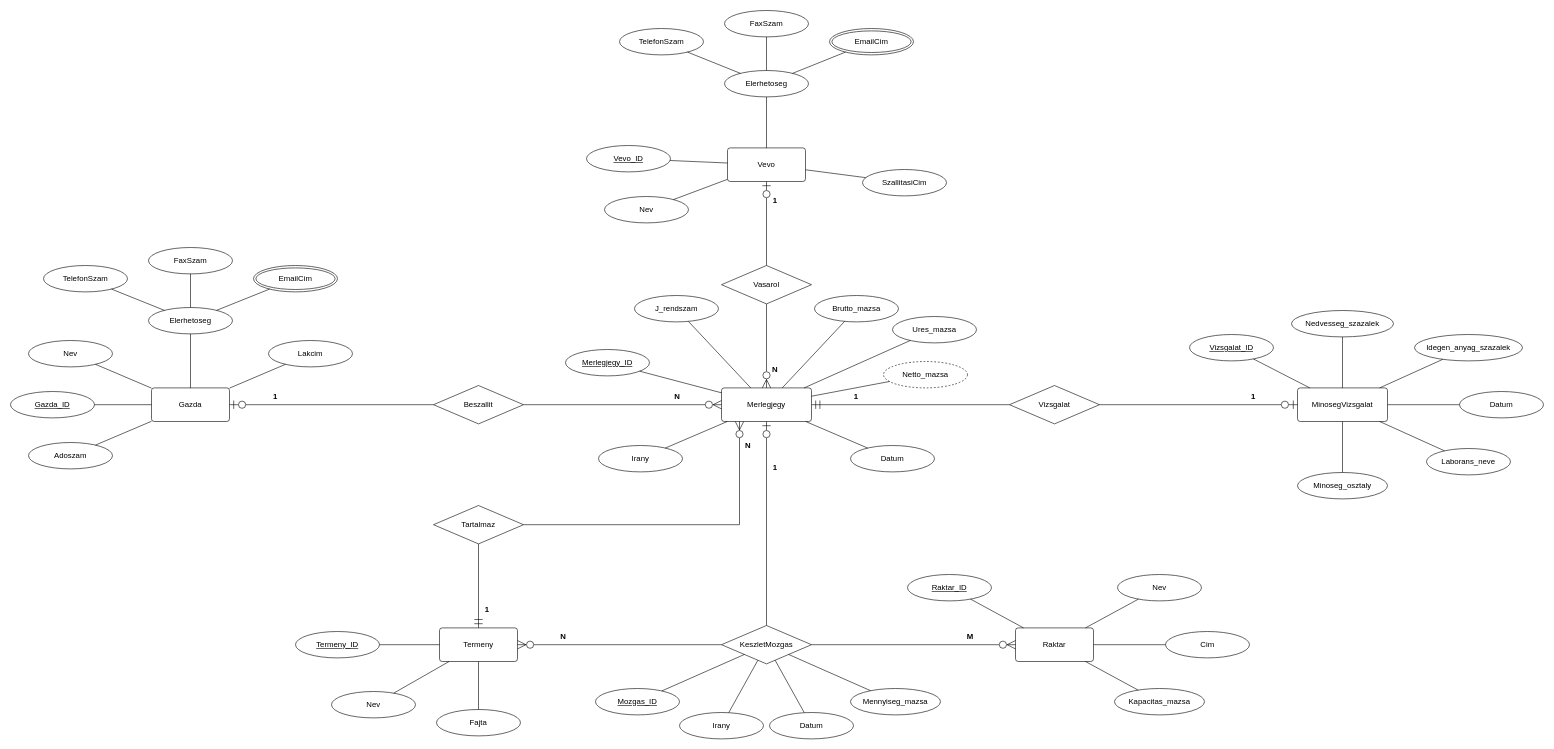
Above: ILQ2OX_XMLTask/ILQ2OX_ER.drawio in DCsabezY/ILQ2OXWebXML (draw.io), before the change. Source tidied: cells renumbered, new cells numbered last; positions are measured from the earlier drawing's top-left corner, leaving out a move shared by most shapes. Both pictures are drawn from the tidied source at 60%, with x=0, y=0 at pixel (10, 10).
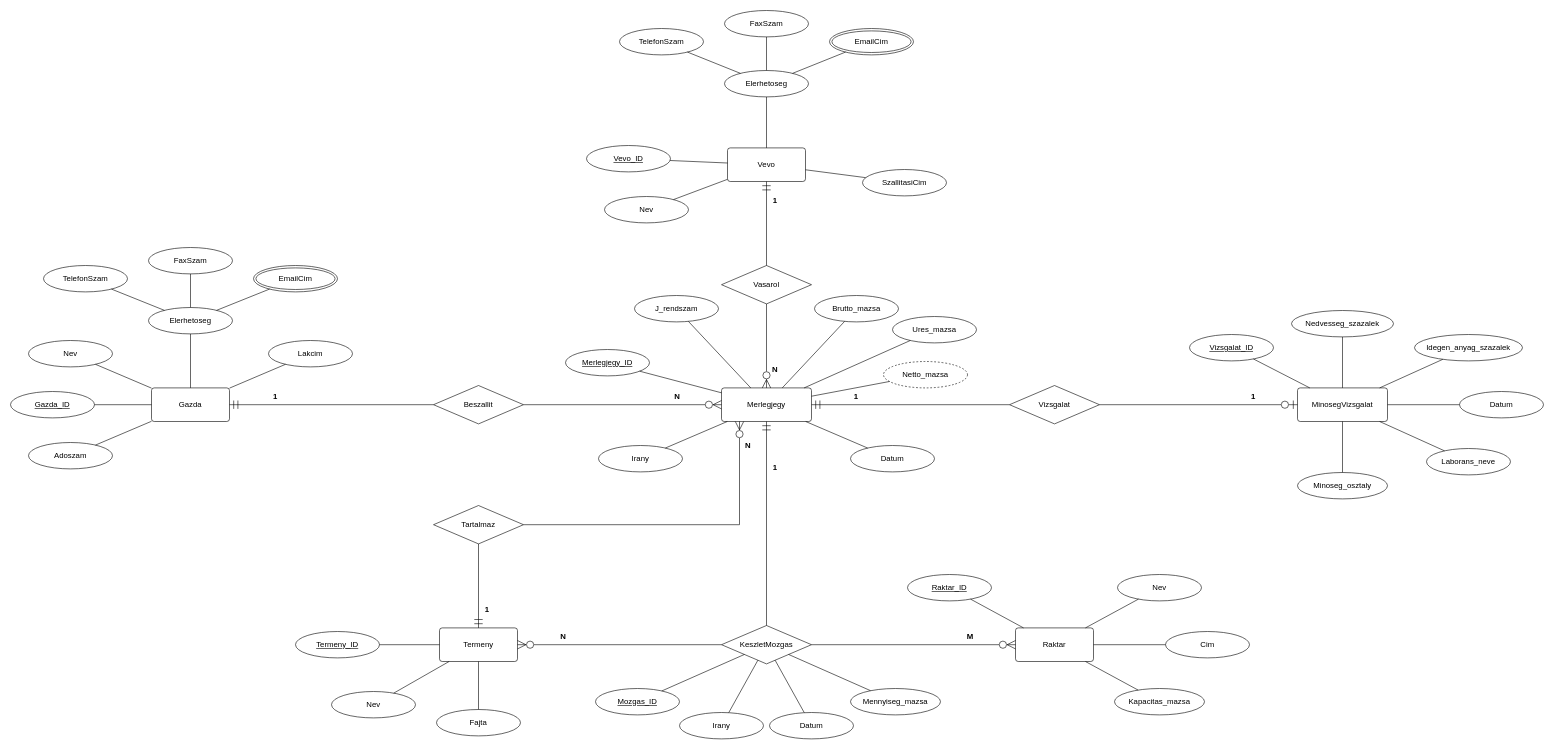
The same page after the edit.

Unchanged cells that the change refers to:
```xml
<mxCell id="2" value="Vevo" style="rounded=1;arcSize=8;whiteSpace=wrap;html=1;fillColor=#FFFFFF;strokeColor=#000000;fontColor=#000000;fontFamily=Helvetica;fontSize=13;" parent="1" vertex="1">
  <mxGeometry x="1195" y="229" width="130" height="56" as="geometry" />
</mxCell>
<mxCell id="3" value="Gazda" style="rounded=1;arcSize=8;whiteSpace=wrap;html=1;fillColor=#FFFFFF;strokeColor=#000000;fontColor=#000000;fontFamily=Helvetica;fontSize=13;" parent="1" vertex="1">
  <mxGeometry x="235" y="629" width="130" height="56" as="geometry" />
</mxCell>
<mxCell id="4" value="Merlegjegy" style="rounded=1;arcSize=8;whiteSpace=wrap;html=1;fillColor=#FFFFFF;strokeColor=#000000;fontColor=#000000;fontFamily=Helvetica;fontSize=13;" parent="1" vertex="1">
  <mxGeometry x="1185" y="629" width="150" height="56" as="geometry" />
</mxCell>
<mxCell id="8" value="Vasarol" style="rhombus;whiteSpace=wrap;html=1;fillColor=#FFFFFF;strokeColor=#000000;fontColor=#000000;fontFamily=Helvetica;fontSize=13;" parent="1" vertex="1">
  <mxGeometry x="1185" y="425" width="150" height="64" as="geometry" />
</mxCell>
<mxCell id="9" value="Beszallit" style="rhombus;whiteSpace=wrap;html=1;fillColor=#FFFFFF;strokeColor=#000000;fontColor=#000000;fontFamily=Helvetica;fontSize=13;" parent="1" vertex="1">
  <mxGeometry x="705" y="625" width="150" height="64" as="geometry" />
</mxCell>
<mxCell id="12" value="KeszletMozgas" style="rhombus;whiteSpace=wrap;html=1;fillColor=#FFFFFF;strokeColor=#000000;fontColor=#000000;fontFamily=Helvetica;fontSize=13;" parent="1" vertex="1">
  <mxGeometry x="1185" y="1025" width="150" height="64" as="geometry" />
</mxCell>
```

The edit, as a diff of the source:
```diff
@@
-    <mxCell id="13" value="1" style="edgeStyle=none;html=1;rounded=0;strokeColor=#000000;endFill=0;startArrow=none;endArrow=ERzeroToOne;endSize=12;exitX=0.5;exitY=0;exitDx=0;exitDy=0;entryX=0.5;entryY=1;entryDx=0;entryDy=0;fontSize=13;fontStyle=1;" parent="1" edge="1" source="8" target="2">
+    <mxCell id="13" value="1" style="edgeStyle=none;html=1;rounded=0;strokeColor=#000000;endFill=0;startArrow=none;endArrow=ERmandOne;endSize=12;exitX=0.5;exitY=0;exitDx=0;exitDy=0;entryX=0.5;entryY=1;entryDx=0;entryDy=0;fontSize=13;fontStyle=1;" parent="1" edge="1" source="8" target="2">
       <mxGeometry x="0.55" relative="1" as="geometry">
         <mxPoint x="14" as="offset" />
       </mxGeometry>
     </mxCell>
@@
-    <mxCell id="15" value="1" style="edgeStyle=none;html=1;rounded=0;strokeColor=#000000;endFill=0;startArrow=none;endArrow=ERzeroToOne;endSize=12;exitX=0;exitY=0.5;exitDx=0;exitDy=0;entryX=1;entryY=0.5;entryDx=0;entryDy=0;fontSize=13;fontStyle=1;" parent="1" edge="1" source="9" target="3">
+    <mxCell id="15" value="1" style="edgeStyle=none;html=1;rounded=0;strokeColor=#000000;endFill=0;startArrow=none;endArrow=ERmandOne;endSize=12;exitX=0;exitY=0.5;exitDx=0;exitDy=0;entryX=1;entryY=0.5;entryDx=0;entryDy=0;fontSize=13;fontStyle=1;" parent="1" edge="1" source="9" target="3">
       <mxGeometry x="0.55" relative="1" as="geometry">
         <mxPoint y="-14" as="offset" />
       </mxGeometry>
     </mxCell>
@@
-    <mxCell id="23" value="1" style="edgeStyle=none;html=1;rounded=0;strokeColor=#000000;endFill=0;startArrow=none;endArrow=ERzeroToOne;endSize=12;exitX=0.5;exitY=0;exitDx=0;exitDy=0;entryX=0.5;entryY=1;entryDx=0;entryDy=0;fontSize=13;fontStyle=1;" parent="1" edge="1" source="12" target="4">
+    <mxCell id="23" value="1" style="edgeStyle=none;html=1;rounded=0;strokeColor=#000000;endFill=0;startArrow=none;endArrow=ERmandOne;endSize=12;exitX=0.5;exitY=0;exitDx=0;exitDy=0;entryX=0.5;entryY=1;entryDx=0;entryDy=0;fontSize=13;fontStyle=1;" parent="1" edge="1" source="12" target="4">
       <mxGeometry x="0.55" relative="1" as="geometry">
         <mxPoint x="14" as="offset" />
       </mxGeometry>
     </mxCell>
```
